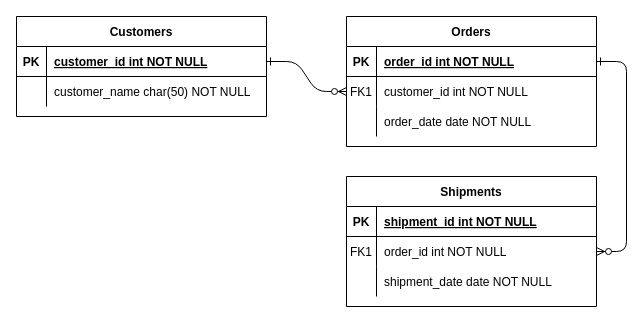
Before: Диаграмма без названия.drawio in mackchay/pg_FKtest, a draw.io diagram. Source tidied: cells renumbered, new cells numbered last; positions are measured from the earlier drawing's top-left corner, leaving out a move shared by most shapes. Both pictures are drawn from the tidied source at 100%, with x=0, y=0 at pixel (16, 16).
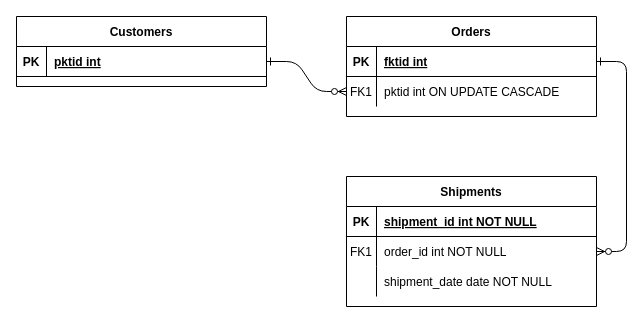
The same page after the edit.

Commit message:
внешний ключ

The change refers to these unchanged cells:
```xml
<mxCell id="5" style="shape=partialRectangle;fillColor=none;points=[[0,0.5],[1,0.5]];portConstraint=eastwest;top=0;left=0;right=0;bottom=1;" parent="4" vertex="1">
  <mxGeometry y="30" width="250" height="30" as="geometry" />
</mxCell>
<mxCell id="8" style="shape=partialRectangle;fillColor=none;points=[[0,0.5],[1,0.5]];portConstraint=eastwest;top=0;left=0;right=0;bottom=0;" parent="4" vertex="1">
  <mxGeometry y="60" width="250" height="30" as="geometry" />
</mxCell>
<mxCell id="25" style="shape=partialRectangle;fillColor=none;points=[[0,0.5],[1,0.5]];portConstraint=eastwest;top=0;left=0;right=0;bottom=1;" parent="24" vertex="1">
  <mxGeometry y="30" width="250" height="30" as="geometry" />
</mxCell>
```

Change to the diagram source:
```diff
@@
     <mxCell id="4" value="Orders" style="shape=table;startSize=30;childLayout=tableLayout;rowLines=0;fontStyle=1;align=center;" parent="1" vertex="1">
-      <mxGeometry x="330" width="250" height="130" as="geometry" />
+      <mxGeometry x="330" width="250" height="100" as="geometry" />
     </mxCell>
@@
-    <mxCell id="7" value="order_id int NOT NULL " style="shape=partialRectangle;overflow=hidden;fillColor=none;top=0;left=0;bottom=0;right=0;align=left;spacingLeft=6;fontStyle=5;" parent="5" vertex="1">
+    <mxCell id="7" value="fktid int" style="shape=partialRectangle;overflow=hidden;fillColor=none;top=0;left=0;bottom=0;right=0;align=left;spacingLeft=6;fontStyle=5;" parent="5" vertex="1">
       <mxGeometry x="30" width="220" height="30" as="geometry" />
     </mxCell>
@@
-    <mxCell id="10" value="customer_id int NOT NULL" style="shape=partialRectangle;overflow=hidden;fillColor=none;top=0;left=0;bottom=0;right=0;align=left;spacingLeft=6;" parent="8" vertex="1">
+    <mxCell id="10" value="pktid int ON UPDATE CASCADE" style="shape=partialRectangle;overflow=hidden;fillColor=none;top=0;left=0;bottom=0;right=0;align=left;spacingLeft=6;" parent="8" vertex="1">
       <mxGeometry x="30" width="220" height="30" as="geometry" />
     </mxCell>
-    <mxCell id="11" style="shape=partialRectangle;fillColor=none;top=0;left=0;right=0;bottom=0;" parent="4" vertex="1">
-      <mxGeometry y="90" width="250" height="30" as="geometry" />
-    </mxCell>
-    <mxCell id="12" style="shape=partialRectangle;overflow=hidden;fillColor=none;top=0;left=0;bottom=0;right=0;" parent="11" vertex="1">
-      <mxGeometry width="30" height="30" as="geometry" />
-    </mxCell>
-    <mxCell id="13" value="order_date date NOT NULL" style="shape=partialRectangle;overflow=hidden;fillColor=none;top=0;left=0;bottom=0;right=0;align=left;spacingLeft=6;" parent="11" vertex="1">
-      <mxGeometry x="30" width="220" height="30" as="geometry" />
-    </mxCell>
@@
     <mxCell id="24" value="Customers" style="shape=table;startSize=30;childLayout=tableLayout;rowLines=0;fontStyle=1;align=center;" parent="1" vertex="1">
-      <mxGeometry width="250" height="100" as="geometry" />
+      <mxGeometry width="250" height="70" as="geometry" />
     </mxCell>
@@
-    <mxCell id="27" value="customer_id int NOT NULL " style="shape=partialRectangle;overflow=hidden;fillColor=none;top=0;left=0;bottom=0;right=0;align=left;spacingLeft=6;fontStyle=5;" parent="25" vertex="1">
+    <mxCell id="27" value="pktid int" style="shape=partialRectangle;overflow=hidden;fillColor=none;top=0;left=0;bottom=0;right=0;align=left;spacingLeft=6;fontStyle=5;" parent="25" vertex="1">
       <mxGeometry x="30" width="220" height="30" as="geometry" />
     </mxCell>
-    <mxCell id="28" style="shape=partialRectangle;fillColor=none;top=0;left=0;right=0;bottom=0;" parent="24" vertex="1">
-      <mxGeometry y="60" width="250" height="30" as="geometry" />
-    </mxCell>
-    <mxCell id="29" style="shape=partialRectangle;overflow=hidden;fillColor=none;top=0;left=0;bottom=0;right=0;" parent="28" vertex="1">
-      <mxGeometry width="30" height="30" as="geometry" />
-    </mxCell>
-    <mxCell id="30" value="customer_name char(50) NOT NULL" style="shape=partialRectangle;overflow=hidden;fillColor=none;top=0;left=0;bottom=0;right=0;align=left;spacingLeft=6;" parent="28" vertex="1">
-      <mxGeometry x="30" width="220" height="30" as="geometry" />
-    </mxCell>
```
